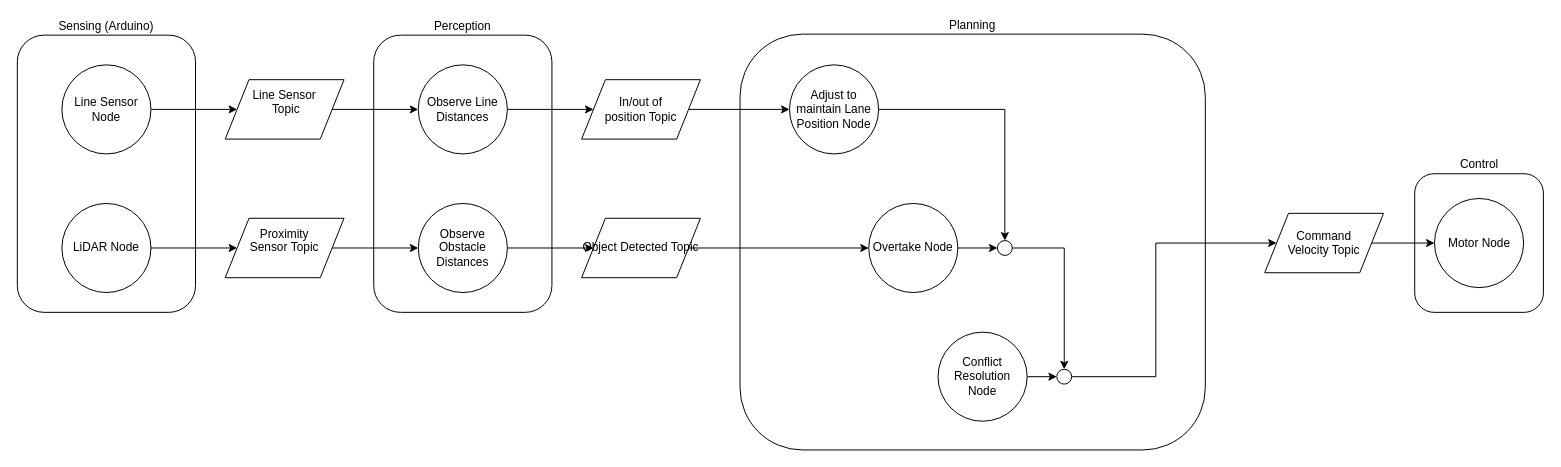
This is Task 9 10 11 - Project/Documentation/Untitled Diagram.drawio from gregorymcintyre/RoboticsApplicationDevelopment, a draw.io file, before an edit. Source tidied: cells renumbered, new cells numbered last; positions are measured from the earlier drawing's top-left corner, leaving out a move shared by most shapes. Both pictures are drawn from the tidied source at 99%, with x=0, y=0 at pixel (17, 34).
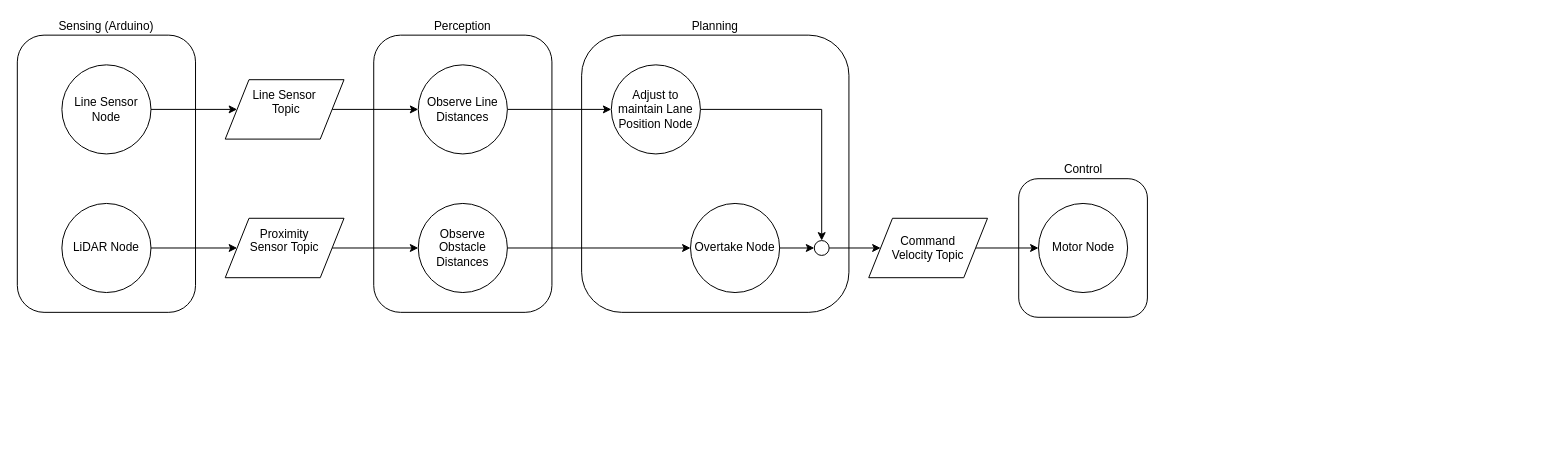
The same page after the edit.

Commit message:
Lane Change ROS Diagram

Unchanged cells that the change refers to:
```xml
<mxCell id="11" value="Observe Line Distances" style="ellipse;whiteSpace=wrap;html=1;" parent="1" vertex="1">
  <mxGeometry x="405" y="31" width="90" height="90" as="geometry" />
</mxCell>
<mxCell id="13" value="Observe Obstacle Distances&lt;br&gt;" style="ellipse;whiteSpace=wrap;html=1;" parent="1" vertex="1">
  <mxGeometry x="405" y="171" width="90" height="90" as="geometry" />
</mxCell>
```

What changed in the source:
```diff
@@
+    <mxCell id="14" value="Planning&lt;br&gt;" style="rounded=1;whiteSpace=wrap;html=1;labelPosition=center;verticalLabelPosition=top;align=center;verticalAlign=bottom;" parent="1" vertex="1">
+      <mxGeometry x="570" y="1" width="270" height="280" as="geometry" />
+    </mxCell>
     <mxCell id="2" value="Control" style="rounded=1;whiteSpace=wrap;html=1;labelPosition=center;verticalLabelPosition=top;align=center;verticalAlign=bottom;" parent="1" vertex="1">
-      <mxGeometry x="1411.5" y="141" width="130" height="140" as="geometry" />
+      <mxGeometry x="1011.5" y="146" width="130" height="140" as="geometry" />
     </mxCell>
@@
     <mxCell id="4" value="Motor Node" style="ellipse;whiteSpace=wrap;html=1;" parent="1" vertex="1">
-      <mxGeometry x="1431.5" y="166" width="90" height="90" as="geometry" />
+      <mxGeometry x="1031.5" y="171" width="90" height="90" as="geometry" />
     </mxCell>
@@
-    <mxCell id="10" style="edgeStyle=orthogonalEdgeStyle;rounded=0;jettySize=auto;html=1;exitX=1;exitY=0.5;exitDx=0;exitDy=0;entryX=0;entryY=0.5;entryDx=0;entryDy=0;" parent="1" edge="1" source="11" target="26">
+    <mxCell id="10" style="edgeStyle=orthogonalEdgeStyle;rounded=0;jettySize=auto;html=1;exitX=1;exitY=0.5;exitDx=0;exitDy=0;entryX=0;entryY=0.5;entryDx=0;entryDy=0;" parent="1" edge="1" source="11" target="16">
       <mxGeometry relative="1" as="geometry" />
     </mxCell>
@@
-    <mxCell id="12" style="edgeStyle=orthogonalEdgeStyle;rounded=0;jettySize=auto;html=1;exitX=1;exitY=0.5;exitDx=0;exitDy=0;" parent="1" edge="1" source="13" target="30">
+    <mxCell id="12" style="edgeStyle=orthogonalEdgeStyle;rounded=0;jettySize=auto;html=1;exitX=1;exitY=0.5;exitDx=0;exitDy=0;entryX=0;entryY=0.5;entryDx=0;entryDy=0;" parent="1" edge="1" source="13" target="18">
       <mxGeometry relative="1" as="geometry" />
     </mxCell>
@@
-    <mxCell id="14" value="Planning&lt;br&gt;" style="rounded=1;whiteSpace=wrap;html=1;labelPosition=center;verticalLabelPosition=top;align=center;verticalAlign=bottom;" parent="1" vertex="1">
-      <mxGeometry x="730" width="470" height="420" as="geometry" />
-    </mxCell>
@@
     <mxCell id="16" value="Adjust to maintain Lane Position Node" style="ellipse;whiteSpace=wrap;html=1;" parent="1" vertex="1">
-      <mxGeometry x="780" y="31" width="90" height="90" as="geometry" />
+      <mxGeometry x="600" y="31" width="90" height="90" as="geometry" />
     </mxCell>
@@
     <mxCell id="18" value="Overtake Node&lt;br&gt;" style="ellipse;whiteSpace=wrap;html=1;" parent="1" vertex="1">
-      <mxGeometry x="860" y="171" width="90" height="90" as="geometry" />
+      <mxGeometry x="680" y="171" width="90" height="90" as="geometry" />
     </mxCell>
-    <mxCell id="19" style="edgeStyle=orthogonalEdgeStyle;rounded=0;jettySize=auto;html=1;exitX=1;exitY=0.5;exitDx=0;exitDy=0;entryX=0;entryY=0.5;entryDx=0;entryDy=0;" parent="1" edge="1" source="20" target="34">
-      <mxGeometry relative="1" as="geometry" />
-    </mxCell>
-    <mxCell id="20" value="Conflict Resolution Node&lt;br&gt;" style="ellipse;whiteSpace=wrap;html=1;" parent="1" vertex="1">
-      <mxGeometry x="930" y="301" width="90" height="90" as="geometry" />
-    </mxCell>
@@
-    <mxCell id="25" style="edgeStyle=orthogonalEdgeStyle;rounded=0;jettySize=auto;html=1;exitX=1;exitY=0.5;exitDx=0;exitDy=0;" parent="1" edge="1" source="26" target="16">
-      <mxGeometry relative="1" as="geometry" />
-    </mxCell>
-    <mxCell id="26" value="In/out of &lt;br&gt;position Topic" style="shape=parallelogram;perimeter=parallelogramPerimeter;whiteSpace=wrap;html=1;" parent="1" vertex="1">
-      <mxGeometry x="570" y="46" width="120" height="60" as="geometry" />
-    </mxCell>
@@
     <mxCell id="28" value="Command &lt;br&gt;Velocity Topic" style="shape=parallelogram;perimeter=parallelogramPerimeter;whiteSpace=wrap;html=1;" parent="1" vertex="1">
-      <mxGeometry x="1260" y="181" width="120" height="60" as="geometry" />
+      <mxGeometry x="860" y="186" width="120" height="60" as="geometry" />
     </mxCell>
-    <mxCell id="29" style="edgeStyle=orthogonalEdgeStyle;rounded=0;jettySize=auto;html=1;exitX=1;exitY=0.5;exitDx=0;exitDy=0;entryX=0;entryY=0.5;entryDx=0;entryDy=0;" parent="1" edge="1" source="30" target="18">
-      <mxGeometry relative="1" as="geometry" />
-    </mxCell>
-    <mxCell id="30" value="Object Detected Topic" style="shape=parallelogram;perimeter=parallelogramPerimeter;whiteSpace=wrap;html=1;" parent="1" vertex="1">
-      <mxGeometry x="570" y="186" width="120" height="60" as="geometry" />
-    </mxCell>
-    <mxCell id="31" style="edgeStyle=orthogonalEdgeStyle;rounded=0;jettySize=auto;html=1;exitX=1;exitY=0.5;exitDx=0;exitDy=0;entryX=0.5;entryY=0;entryDx=0;entryDy=0;" parent="1" edge="1" source="32" target="34">
-      <mxGeometry relative="1" as="geometry" />
-    </mxCell>
+    <mxCell id="35" style="edgeStyle=orthogonalEdgeStyle;rounded=0;jettySize=auto;html=1;exitX=1;exitY=0.5;exitDx=0;exitDy=0;entryX=0;entryY=0.5;entryDx=0;entryDy=0;" parent="1" edge="1" source="32" target="28">
+      <mxGeometry relative="1" as="geometry" />
+    </mxCell>
     <mxCell id="32" style="ellipse;whiteSpace=wrap;html=1;" parent="1" vertex="1">
-      <mxGeometry x="990" y="208.5" width="15" height="15" as="geometry" />
+      <mxGeometry x="805" y="208.5" width="15" height="15" as="geometry" />
     </mxCell>
-    <mxCell id="33" style="edgeStyle=orthogonalEdgeStyle;rounded=0;jettySize=auto;html=1;exitX=1;exitY=0.5;exitDx=0;exitDy=0;entryX=0;entryY=0.5;entryDx=0;entryDy=0;" parent="1" edge="1" source="34" target="28">
-      <mxGeometry relative="1" as="geometry">
-        <Array as="points">
-          <mxPoint x="1150" y="346" />
-          <mxPoint x="1150" y="211" />
-        </Array>
-      </mxGeometry>
-    </mxCell>
-    <mxCell id="34" style="ellipse;whiteSpace=wrap;html=1;" parent="1" vertex="1">
-      <mxGeometry x="1050" y="338.5" width="15" height="15" as="geometry" />
-    </mxCell>
```
